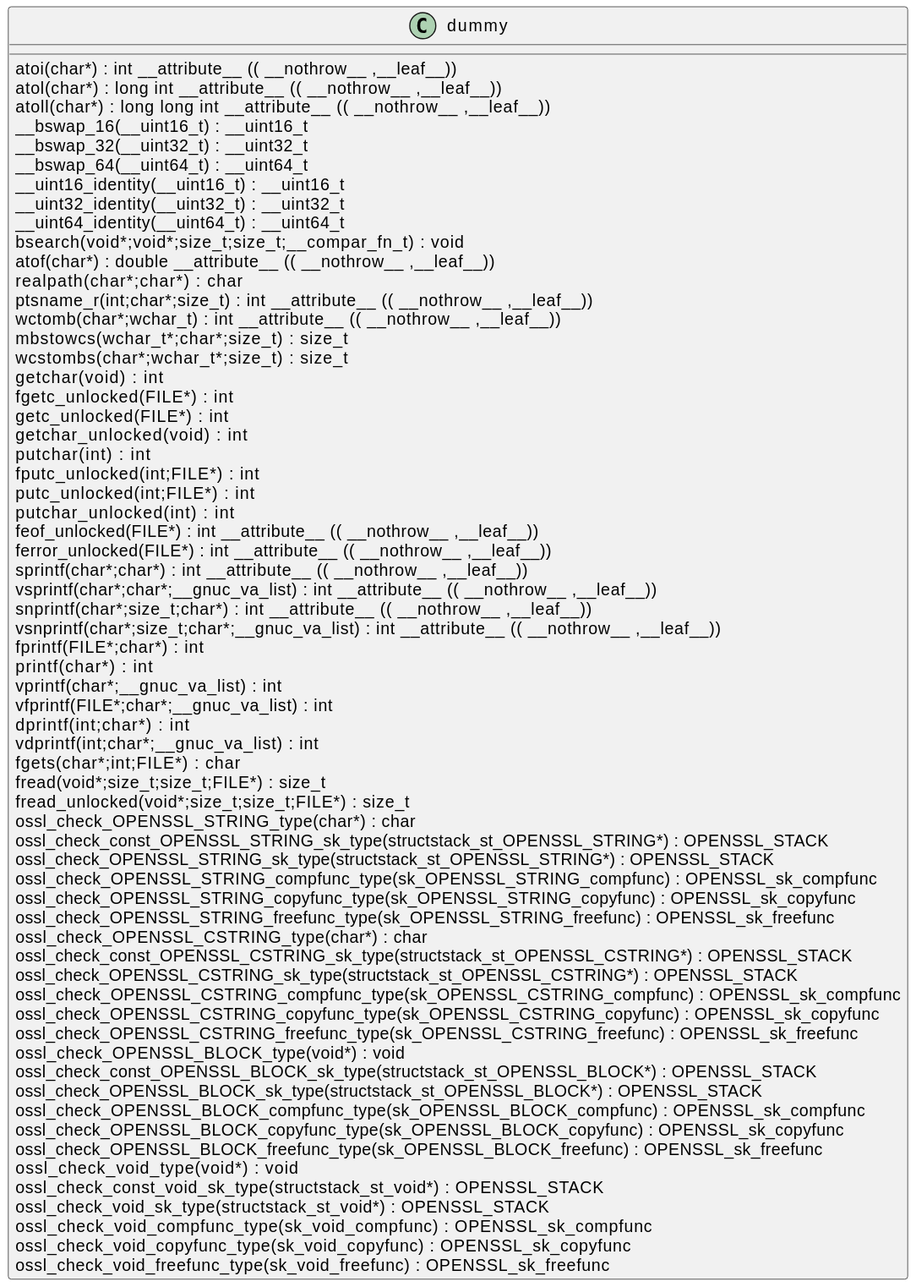
qualitesys/openssl keeps this PlantUML diagram as docs/qc/crypto/conf/conf_api.c.svg. Above is the earlier version.
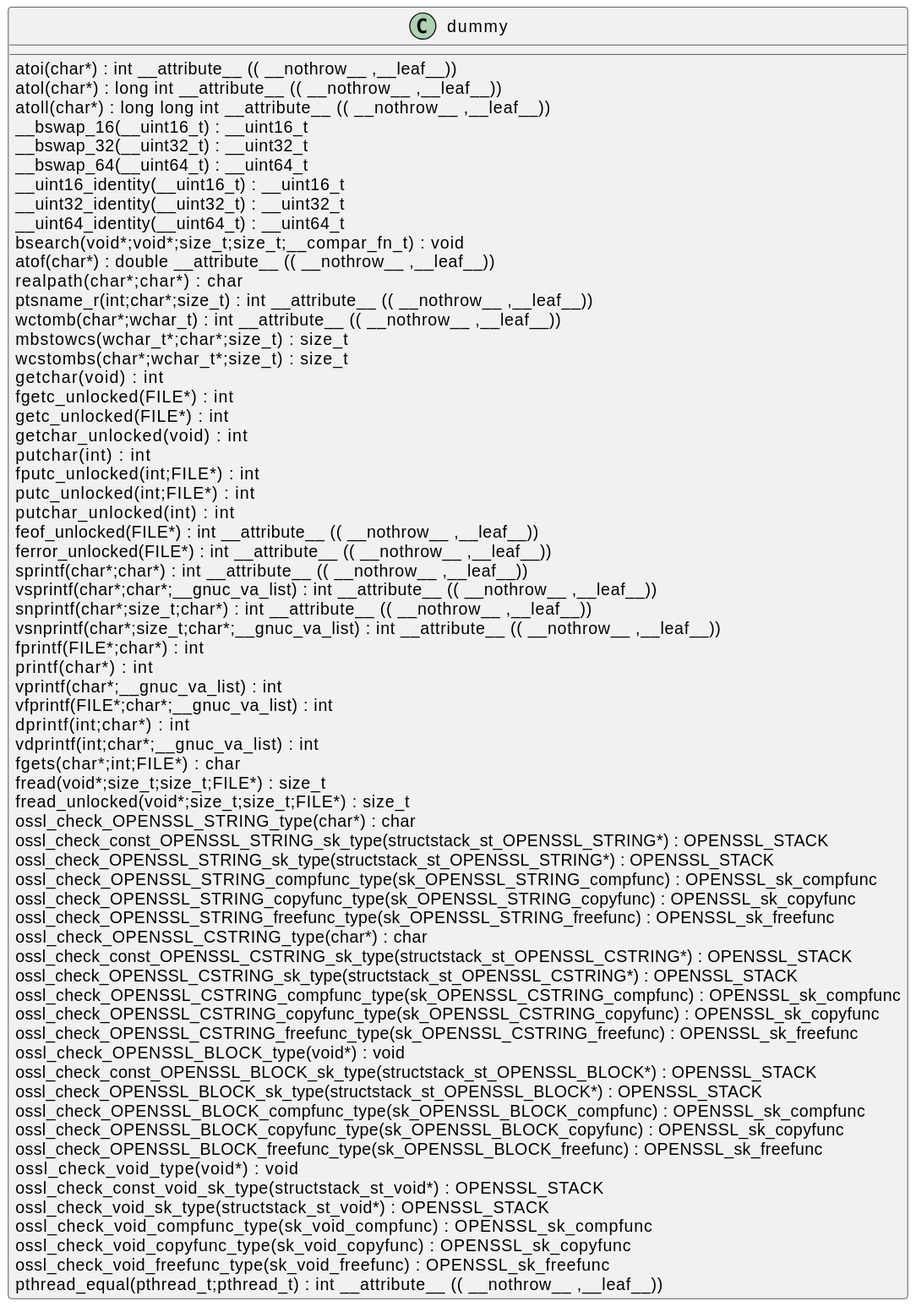
Later version of the same file.

The edit, as a diff of the source:
```diff
@@ -64,5 +64,6 @@
 ossl_check_void_compfunc_type(sk_void_compfunc) : OPENSSL_sk_compfunc [[[./../../.././qc/crypto/conf/conf_api.c.html#1]]]
 ossl_check_void_copyfunc_type(sk_void_copyfunc) : OPENSSL_sk_copyfunc [[[./../../.././qc/crypto/conf/conf_api.c.html#1]]]
 ossl_check_void_freefunc_type(sk_void_freefunc) : OPENSSL_sk_freefunc [[[./../../.././qc/crypto/conf/conf_api.c.html#1]]]
+pthread_equal(pthread_t;pthread_t) :  int  __attribute__ (( __nothrow__ ,__leaf__)) [[[./../../.././qc/crypto/conf/conf_api.c.html#1]]]
 }
 @enduml
```
